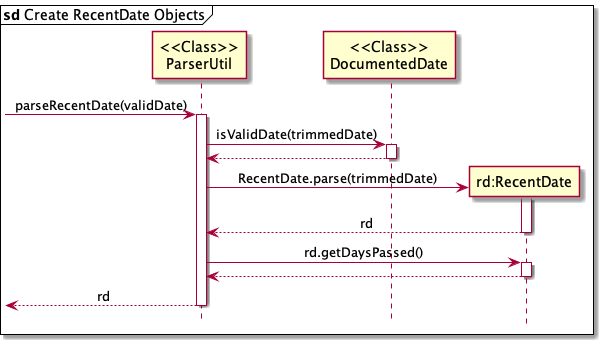
Earlier version of the PlantUML export docs/images/RecentDateCreationSequenceDiagram.png (pyk595/tp).
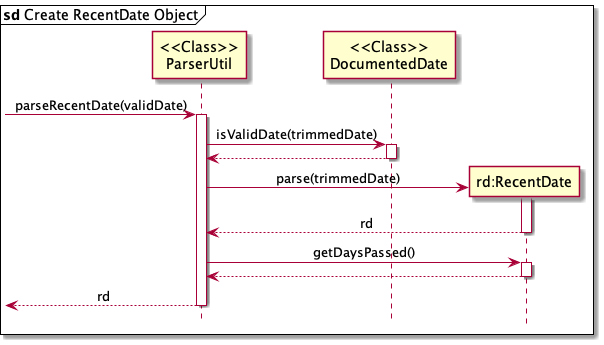
After the commit.

Diff of the diagram source:
```diff
@@ -1,6 +1,6 @@
 @startuml
 
-mainframe **sd** Create RecentDate Objects
+mainframe **sd** Create RecentDate Object
 hide footbox
 
 skinparam Sequence {
@@ -24,13 +24,13 @@
 deactivate dd
 
 Create rd
-util -> rd: RecentDate.parse(trimmedDate)
+util -> rd: parse(trimmedDate)
 activate rd
 
 rd --> util: rd
 deactivate rd
 
-util -> rd: rd.getDaysPassed()
+util -> rd: getDaysPassed()
 activate rd
 rd --> util
 deactivate rd
```
